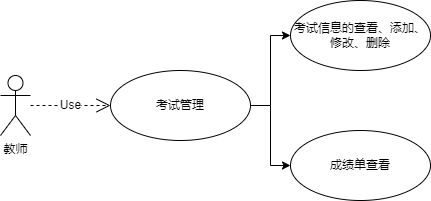
Earlier version of the draw.io export 考试管理-1.drawio.png (JackeyTower/pic-work). Source tidied: cells renumbered, new cells last; positions are measured from the earlier drawing's top-left corner, leaving out a move shared by most shapes.
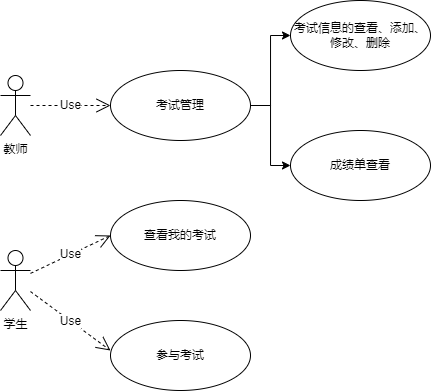
After the change.

Commit message:
更新考试管理-1.drawio.png

What changed in the source:
```diff
@@ -23,5 +23,20 @@
     <mxCell id="8" value="Use" style="endArrow=open;endSize=12;dashed=1;html=1;rounded=0;entryX=0;entryY=0.5;entryDx=0;entryDy=0;" parent="1" edge="1" source="2" target="5">
       <mxGeometry relative="1" as="geometry" />
     </mxCell>
+    <mxCell id="9" value="学生" style="shape=umlActor;verticalLabelPosition=bottom;verticalAlign=top;html=1;" parent="1" vertex="1">
+      <mxGeometry y="250" width="30" height="60" as="geometry" />
+    </mxCell>
+    <mxCell id="10" value="查看我的考试" style="ellipse;whiteSpace=wrap;html=1;" parent="1" vertex="1">
+      <mxGeometry x="110" y="200" width="140" height="70" as="geometry" />
+    </mxCell>
+    <mxCell id="11" value="参与考试" style="ellipse;whiteSpace=wrap;html=1;" parent="1" vertex="1">
+      <mxGeometry x="110" y="320" width="140" height="70" as="geometry" />
+    </mxCell>
+    <mxCell id="12" value="Use" style="endArrow=open;endSize=12;dashed=1;html=1;rounded=0;entryX=0;entryY=0.5;entryDx=0;entryDy=0;" parent="1" edge="1" source="9" target="10">
+      <mxGeometry relative="1" as="geometry" />
+    </mxCell>
+    <mxCell id="13" value="Use" style="endArrow=open;endSize=12;dashed=1;html=1;rounded=0;entryX=0;entryY=0.429;entryDx=0;entryDy=0;entryPerimeter=0;" parent="1" edge="1" source="9" target="11">
+      <mxGeometry relative="1" as="geometry" />
+    </mxCell>
   </root>
 </mxGraphModel>
```
